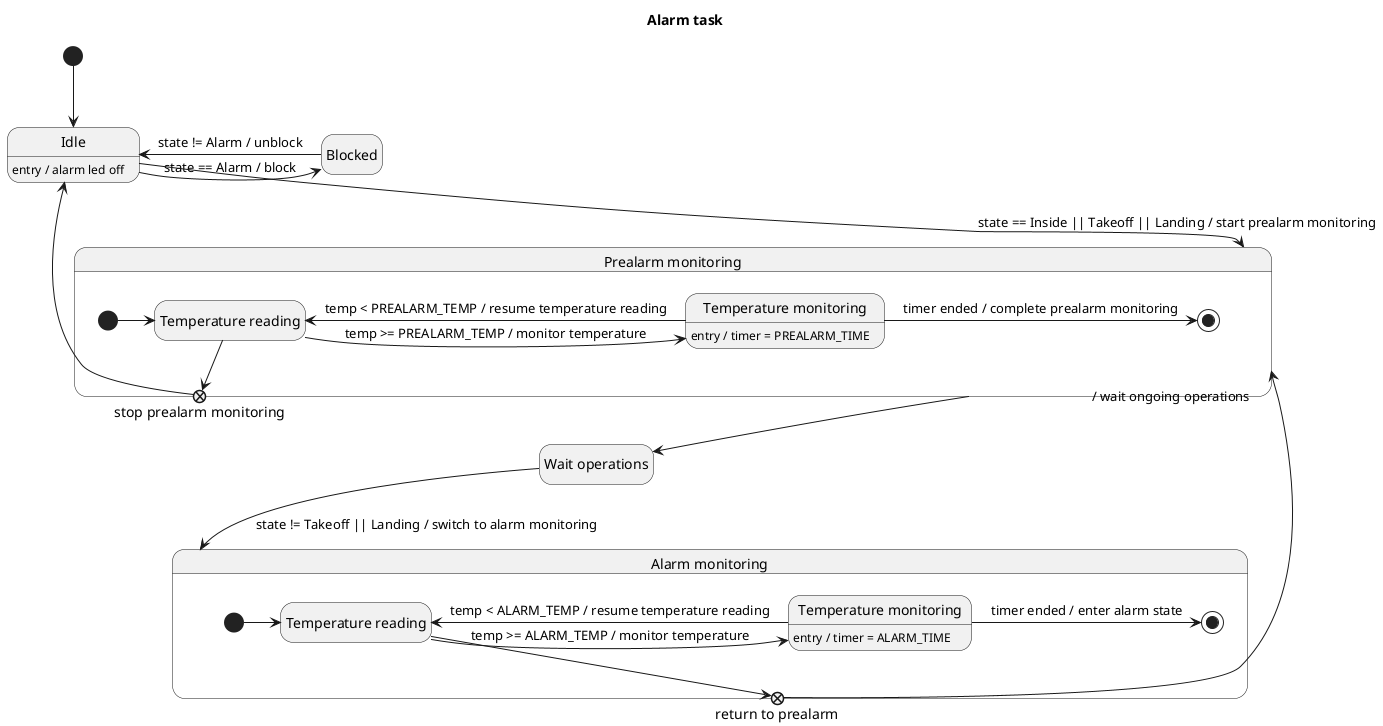
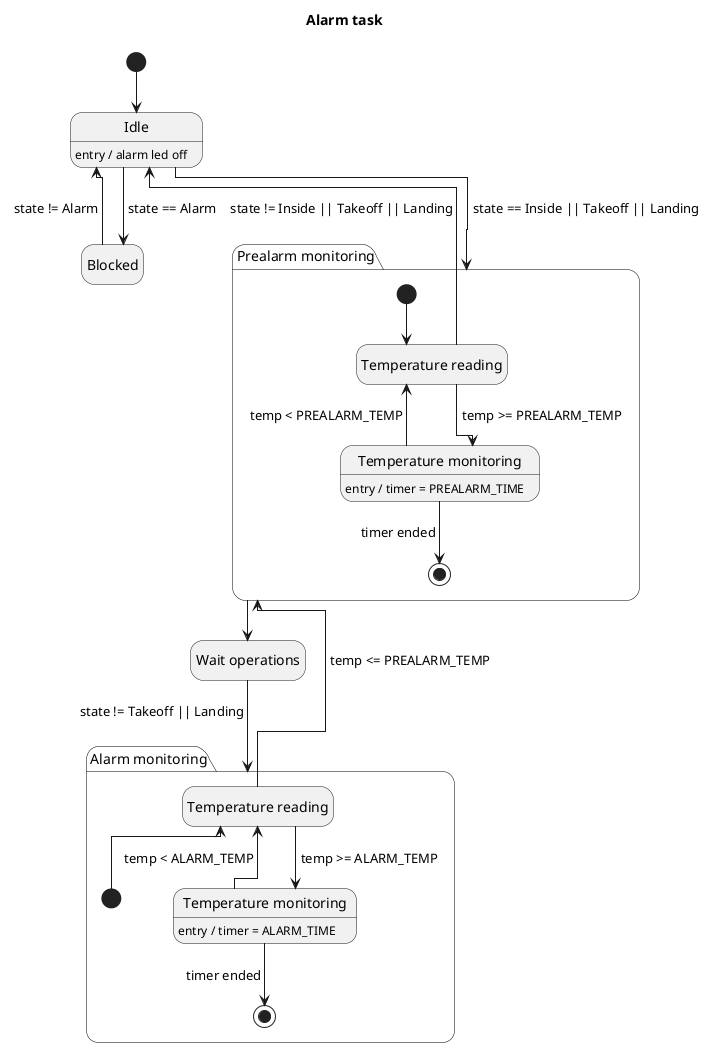
@startuml AlarmTask
+ !pragma layout elk
hide empty description

title "Alarm task"

+ state start <<start>>
+ 
state "Idle" as idle
idle : entry / alarm led off
- [*] --> idle

state "Blocked" as blocked
- idle -r-> blocked : state == Alarm / block
- blocked -l-> idle : state != Alarm / unblock
- 
- idle --> prealarm : state == Inside || Takeoff || Landing / start prealarm monitoring

state "Prealarm monitoring" as prealarm {
+     state startPrealarm <<start>>
+ 
    state "Temperature reading" as prealarmTempReading
-     state "stop prealarm monitoring" as stopPrealarm <<exitPoint>>
- 
-     [*] -r-> prealarmTempReading
-     prealarmTempReading -r-> prealarmTempMonitoring : temp >= PREALARM_TEMP / monitor temperature
-     prealarmTempReading -u-> stopPrealarm : state != Inside || Takeoff || Landing / stop prealarm monitoring

    state "Temperature monitoring" as prealarmTempMonitoring
    prealarmTempMonitoring : entry / timer = PREALARM_TIME
-     prealarmTempMonitoring -l-> prealarmTempReading : temp < PREALARM_TEMP / resume temperature reading
-     prealarmTempMonitoring -r-> [*] : timer ended / complete prealarm monitoring
+ 
+     state endPrealarm <<end>>
}
- stopPrealarm -u-> idle
- prealarm -d-> waitOperations : / wait ongoing operations

state "Wait operations" as waitOperations
- waitOperations -d-> alarm : state != Takeoff || Landing / switch to alarm monitoring

state "Alarm monitoring" as alarm {
+     state startAlarm <<start>>
+ 
    state "Temperature reading" as alarmTempReading
-     state "return to prealarm" as stopAlarm <<exitPoint>>
- 
-     [*] -r-> alarmTempReading
-     alarmTempReading -r-> alarmTempMonitoring : temp >= ALARM_TEMP / monitor temperature
-     alarmTempReading -u-> stopAlarm : temp <= PREALARM_TEMP / return to prealarm monitoring

    state "Temperature monitoring" as alarmTempMonitoring
    alarmTempMonitoring : entry / timer = ALARM_TIME
-     alarmTempMonitoring -l-> alarmTempReading : temp < ALARM_TEMP / resume temperature reading
-     alarmTempMonitoring -r-> [*] : timer ended / enter alarm state
+ 
+     state endAlarm <<end>>
}
- stopAlarm -u-> prealarm
+ 
+ start -d-> idle
+ idle -r-> blocked : state == Alarm
+ blocked -l-> idle : state != Alarm
+ idle -d-> prealarm : state == Inside || Takeoff || Landing
+ 
+ startPrealarm -r-> prealarmTempReading
+ prealarmTempReading -r-> prealarmTempMonitoring : temp >= PREALARM_TEMP
+ prealarmTempReading -u-> idle : state != Inside || Takeoff || Landing
+ prealarmTempMonitoring -l-> prealarmTempReading : temp < PREALARM_TEMP
+ prealarmTempMonitoring -r-> endPrealarm : timer ended
+ 
+ prealarm -d-> waitOperations
+ 
+ waitOperations -d-> alarm : state != Takeoff || Landing
+ 
+ startAlarm -u-> alarmTempReading
+ alarmTempReading -r-> alarmTempMonitoring : temp >= ALARM_TEMP
+ alarmTempReading -u-> prealarm : temp <= PREALARM_TEMP
+ alarmTempMonitoring -l-> alarmTempReading : temp < ALARM_TEMP
+ alarmTempMonitoring -r-> endAlarm : timer ended

@enduml
